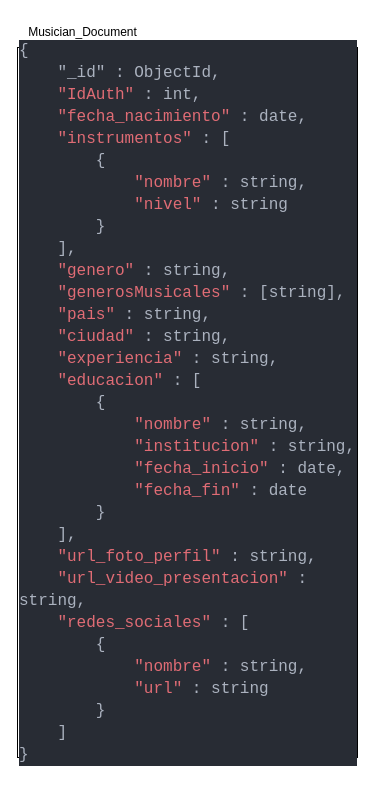
moises-ph/Nodens-documentacion keeps this draw.io diagram as Base de datos/Musician/Musicians.drawio. Above is the earlier version. Source tidied: cells renumbered, new cells numbered last; positions are measured from the earlier drawing's top-left corner, leaving out a move shared by most shapes. Both pictures are drawn from the tidied source at 100%, with x=0, y=0 at pixel (17, 17).
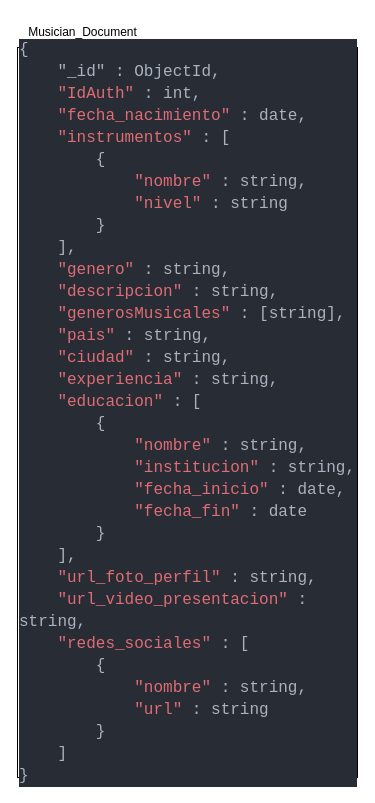
The same diagram, later.

The edit, as a diff of the source:
```diff
@@
 <mxGraphModel>
   <root>
     <mxCell id="0" />
     <mxCell id="1" parent="0" />
-    <mxCell id="2" value="&lt;div style=&quot;background-color: rgb(40, 44, 52); font-family: Consolas, &amp;quot;Courier New&amp;quot;, monospace; font-size: 16px; line-height: 22px;&quot;&gt;&lt;div style=&quot;color: rgb(171, 178, 191);&quot;&gt;{&lt;/div&gt;&lt;div style=&quot;color: rgb(171, 178, 191);&quot;&gt;&amp;nbsp; &amp;nbsp; &quot;_id&quot; : ObjectId,&lt;/div&gt;&lt;div style=&quot;color: rgb(171, 178, 191);&quot;&gt;&amp;nbsp; &amp;nbsp; &lt;span style=&quot;color: #e06c75;&quot;&gt;&quot;IdAuth&quot;&lt;/span&gt; : int,&lt;/div&gt;&lt;div style=&quot;color: rgb(171, 178, 191);&quot;&gt;&amp;nbsp; &amp;nbsp; &lt;span style=&quot;color: #e06c75;&quot;&gt;&quot;fecha_nacimiento&quot;&lt;/span&gt; : date,&lt;/div&gt;&lt;div style=&quot;color: rgb(171, 178, 191);&quot;&gt;&amp;nbsp; &amp;nbsp; &lt;span style=&quot;color: #e06c75;&quot;&gt;&quot;instrumentos&quot;&lt;/span&gt; : [&lt;/div&gt;&lt;div style=&quot;color: rgb(171, 178, 191);&quot;&gt;&amp;nbsp; &amp;nbsp; &amp;nbsp; &amp;nbsp; {&lt;/div&gt;&lt;div style=&quot;color: rgb(171, 178, 191);&quot;&gt;&amp;nbsp; &amp;nbsp; &amp;nbsp; &amp;nbsp; &amp;nbsp; &amp;nbsp; &lt;span style=&quot;color: #e06c75;&quot;&gt;&quot;nombre&quot;&lt;/span&gt; : string,&lt;/div&gt;&lt;div style=&quot;color: rgb(171, 178, 191);&quot;&gt;&amp;nbsp; &amp;nbsp; &amp;nbsp; &amp;nbsp; &amp;nbsp; &amp;nbsp; &lt;span style=&quot;color: #e06c75;&quot;&gt;&quot;nivel&quot;&lt;/span&gt; : string&lt;/div&gt;&lt;div style=&quot;color: rgb(171, 178, 191);&quot;&gt;&amp;nbsp; &amp;nbsp; &amp;nbsp; &amp;nbsp; }&lt;/div&gt;&lt;div style=&quot;color: rgb(171, 178, 191);&quot;&gt;&amp;nbsp; &amp;nbsp; ],&lt;/div&gt;&lt;div style=&quot;&quot;&gt;&lt;font color=&quot;#abb2bf&quot;&gt;&amp;nbsp; &amp;nbsp;&amp;nbsp;&lt;/font&gt;&lt;font color=&quot;#e06c75&quot;&gt;&quot;genero&quot;&lt;/font&gt;&lt;font color=&quot;#abb2bf&quot;&gt;&amp;nbsp;: string,&lt;/font&gt;&lt;br&gt;&lt;/div&gt;&lt;div style=&quot;color: rgb(171, 178, 191);&quot;&gt;&amp;nbsp; &amp;nbsp; &lt;span style=&quot;color: #e06c75;&quot;&gt;&quot;generosMusicales&quot;&lt;/span&gt; : [string],&lt;/div&gt;&lt;div style=&quot;color: rgb(171, 178, 191);&quot;&gt;&amp;nbsp; &amp;nbsp; &lt;span style=&quot;color: #e06c75;&quot;&gt;&quot;pais&quot;&lt;/span&gt; : string,&lt;/div&gt;&lt;div style=&quot;color: rgb(171, 178, 191);&quot;&gt;&amp;nbsp; &amp;nbsp; &lt;span style=&quot;color: #e06c75;&quot;&gt;&quot;ciudad&quot;&lt;/span&gt; : string,&lt;/div&gt;&lt;div style=&quot;color: rgb(171, 178, 191);&quot;&gt;&amp;nbsp; &amp;nbsp; &lt;span style=&quot;color: #e06c75;&quot;&gt;&quot;experiencia&quot;&lt;/span&gt; : string,&lt;/div&gt;&lt;div style=&quot;color: rgb(171, 178, 191);&quot;&gt;&amp;nbsp; &amp;nbsp; &lt;span style=&quot;color: #e06c75;&quot;&gt;&quot;educacion&quot;&lt;/span&gt; : [&lt;/div&gt;&lt;div style=&quot;color: rgb(171, 178, 191);&quot;&gt;&amp;nbsp; &amp;nbsp; &amp;nbsp; &amp;nbsp; {&lt;/div&gt;&lt;div style=&quot;color: rgb(171, 178, 191);&quot;&gt;&amp;nbsp; &amp;nbsp; &amp;nbsp; &amp;nbsp; &amp;nbsp; &amp;nbsp; &lt;span style=&quot;color: #e06c75;&quot;&gt;&quot;nombre&quot;&lt;/span&gt; : string,&lt;/div&gt;&lt;div style=&quot;color: rgb(171, 178, 191);&quot;&gt;&amp;nbsp; &amp;nbsp; &amp;nbsp; &amp;nbsp; &amp;nbsp; &amp;nbsp; &lt;span style=&quot;color: #e06c75;&quot;&gt;&quot;institucion&quot;&lt;/span&gt; : string,&lt;/div&gt;&lt;div style=&quot;color: rgb(171, 178, 191);&quot;&gt;&amp;nbsp; &amp;nbsp; &amp;nbsp; &amp;nbsp; &amp;nbsp; &amp;nbsp; &lt;span style=&quot;color: #e06c75;&quot;&gt;&quot;fecha_inicio&quot;&lt;/span&gt; : date,&lt;/div&gt;&lt;div style=&quot;color: rgb(171, 178, 191);&quot;&gt;&amp;nbsp; &amp;nbsp; &amp;nbsp; &amp;nbsp; &amp;nbsp; &amp;nbsp; &lt;span style=&quot;color: #e06c75;&quot;&gt;&quot;fecha_fin&quot;&lt;/span&gt; : date&lt;/div&gt;&lt;div style=&quot;color: rgb(171, 178, 191);&quot;&gt;&amp;nbsp; &amp;nbsp; &amp;nbsp; &amp;nbsp; }&lt;/div&gt;&lt;div style=&quot;color: rgb(171, 178, 191);&quot;&gt;&amp;nbsp; &amp;nbsp; ],&lt;/div&gt;&lt;div style=&quot;color: rgb(171, 178, 191);&quot;&gt;&amp;nbsp; &amp;nbsp; &lt;span style=&quot;color: #e06c75;&quot;&gt;&quot;url_foto_perfil&quot;&lt;/span&gt; : string,&lt;/div&gt;&lt;div style=&quot;color: rgb(171, 178, 191);&quot;&gt;&amp;nbsp; &amp;nbsp; &lt;span style=&quot;color: #e06c75;&quot;&gt;&quot;url_video_presentacion&quot;&lt;/span&gt; : string,&lt;/div&gt;&lt;div style=&quot;color: rgb(171, 178, 191);&quot;&gt;&amp;nbsp; &amp;nbsp; &lt;span style=&quot;color: #e06c75;&quot;&gt;&quot;redes_sociales&quot;&lt;/span&gt; : [&lt;/div&gt;&lt;div style=&quot;color: rgb(171, 178, 191);&quot;&gt;&amp;nbsp; &amp;nbsp; &amp;nbsp; &amp;nbsp; {&lt;/div&gt;&lt;div style=&quot;color: rgb(171, 178, 191);&quot;&gt;&amp;nbsp; &amp;nbsp; &amp;nbsp; &amp;nbsp; &amp;nbsp; &amp;nbsp; &lt;span style=&quot;color: #e06c75;&quot;&gt;&quot;nombre&quot;&lt;/span&gt; : string,&lt;/div&gt;&lt;div style=&quot;color: rgb(171, 178, 191);&quot;&gt;&amp;nbsp; &amp;nbsp; &amp;nbsp; &amp;nbsp; &amp;nbsp; &amp;nbsp; &lt;span style=&quot;color: #e06c75;&quot;&gt;&quot;url&quot;&lt;/span&gt; : string&lt;/div&gt;&lt;div style=&quot;color: rgb(171, 178, 191);&quot;&gt;&amp;nbsp; &amp;nbsp; &amp;nbsp; &amp;nbsp; }&lt;/div&gt;&lt;div style=&quot;color: rgb(171, 178, 191);&quot;&gt;&amp;nbsp; &amp;nbsp; ]&lt;/div&gt;&lt;div style=&quot;color: rgb(171, 178, 191);&quot;&gt;}&lt;/div&gt;&lt;/div&gt;" style="rounded=0;whiteSpace=wrap;html=1;align=left;" parent="1" vertex="1">
-      <mxGeometry y="30" width="340" height="710" as="geometry" />
+    <mxCell id="2" value="&lt;div style=&quot;background-color: rgb(40, 44, 52); font-family: Consolas, &amp;quot;Courier New&amp;quot;, monospace; font-size: 16px; line-height: 22px;&quot;&gt;&lt;div style=&quot;color: rgb(171, 178, 191);&quot;&gt;{&lt;/div&gt;&lt;div style=&quot;color: rgb(171, 178, 191);&quot;&gt;&amp;nbsp; &amp;nbsp; &quot;_id&quot; : ObjectId,&lt;/div&gt;&lt;div style=&quot;color: rgb(171, 178, 191);&quot;&gt;&amp;nbsp; &amp;nbsp; &lt;span style=&quot;color: #e06c75;&quot;&gt;&quot;IdAuth&quot;&lt;/span&gt; : int,&lt;/div&gt;&lt;div style=&quot;color: rgb(171, 178, 191);&quot;&gt;&amp;nbsp; &amp;nbsp; &lt;span style=&quot;color: #e06c75;&quot;&gt;&quot;fecha_nacimiento&quot;&lt;/span&gt; : date,&lt;/div&gt;&lt;div style=&quot;color: rgb(171, 178, 191);&quot;&gt;&amp;nbsp; &amp;nbsp; &lt;span style=&quot;color: #e06c75;&quot;&gt;&quot;instrumentos&quot;&lt;/span&gt; : [&lt;/div&gt;&lt;div style=&quot;color: rgb(171, 178, 191);&quot;&gt;&amp;nbsp; &amp;nbsp; &amp;nbsp; &amp;nbsp; {&lt;/div&gt;&lt;div style=&quot;color: rgb(171, 178, 191);&quot;&gt;&amp;nbsp; &amp;nbsp; &amp;nbsp; &amp;nbsp; &amp;nbsp; &amp;nbsp; &lt;span style=&quot;color: #e06c75;&quot;&gt;&quot;nombre&quot;&lt;/span&gt; : string,&lt;/div&gt;&lt;div style=&quot;color: rgb(171, 178, 191);&quot;&gt;&amp;nbsp; &amp;nbsp; &amp;nbsp; &amp;nbsp; &amp;nbsp; &amp;nbsp; &lt;span style=&quot;color: #e06c75;&quot;&gt;&quot;nivel&quot;&lt;/span&gt; : string&lt;/div&gt;&lt;div style=&quot;color: rgb(171, 178, 191);&quot;&gt;&amp;nbsp; &amp;nbsp; &amp;nbsp; &amp;nbsp; }&lt;/div&gt;&lt;div style=&quot;color: rgb(171, 178, 191);&quot;&gt;&amp;nbsp; &amp;nbsp; ],&lt;/div&gt;&lt;div style=&quot;&quot;&gt;&lt;font color=&quot;#abb2bf&quot;&gt;&amp;nbsp; &amp;nbsp;&amp;nbsp;&lt;/font&gt;&lt;font color=&quot;#e06c75&quot;&gt;&quot;genero&quot;&lt;/font&gt;&lt;font color=&quot;#abb2bf&quot;&gt;&amp;nbsp;: string,&lt;/font&gt;&lt;br&gt;&lt;/div&gt;&lt;div style=&quot;&quot;&gt;&lt;font color=&quot;#abb2bf&quot;&gt;&amp;nbsp; &amp;nbsp;&amp;nbsp;&lt;/font&gt;&lt;font color=&quot;#e06c75&quot;&gt;&quot;descripcion&quot;&lt;/font&gt;&lt;font color=&quot;#abb2bf&quot;&gt;&amp;nbsp;: string,&lt;/font&gt;&lt;font color=&quot;#abb2bf&quot;&gt;&lt;br&gt;&lt;/font&gt;&lt;/div&gt;&lt;div style=&quot;color: rgb(171, 178, 191);&quot;&gt;&amp;nbsp; &amp;nbsp; &lt;span style=&quot;color: #e06c75;&quot;&gt;&quot;generosMusicales&quot;&lt;/span&gt; : [string],&lt;/div&gt;&lt;div style=&quot;color: rgb(171, 178, 191);&quot;&gt;&amp;nbsp; &amp;nbsp; &lt;span style=&quot;color: #e06c75;&quot;&gt;&quot;pais&quot;&lt;/span&gt; : string,&lt;/div&gt;&lt;div style=&quot;color: rgb(171, 178, 191);&quot;&gt;&amp;nbsp; &amp;nbsp; &lt;span style=&quot;color: #e06c75;&quot;&gt;&quot;ciudad&quot;&lt;/span&gt; : string,&lt;/div&gt;&lt;div style=&quot;color: rgb(171, 178, 191);&quot;&gt;&amp;nbsp; &amp;nbsp; &lt;span style=&quot;color: #e06c75;&quot;&gt;&quot;experiencia&quot;&lt;/span&gt; : string,&lt;/div&gt;&lt;div style=&quot;color: rgb(171, 178, 191);&quot;&gt;&amp;nbsp; &amp;nbsp; &lt;span style=&quot;color: #e06c75;&quot;&gt;&quot;educacion&quot;&lt;/span&gt; : [&lt;/div&gt;&lt;div style=&quot;color: rgb(171, 178, 191);&quot;&gt;&amp;nbsp; &amp;nbsp; &amp;nbsp; &amp;nbsp; {&lt;/div&gt;&lt;div style=&quot;color: rgb(171, 178, 191);&quot;&gt;&amp;nbsp; &amp;nbsp; &amp;nbsp; &amp;nbsp; &amp;nbsp; &amp;nbsp; &lt;span style=&quot;color: #e06c75;&quot;&gt;&quot;nombre&quot;&lt;/span&gt; : string,&lt;/div&gt;&lt;div style=&quot;color: rgb(171, 178, 191);&quot;&gt;&amp;nbsp; &amp;nbsp; &amp;nbsp; &amp;nbsp; &amp;nbsp; &amp;nbsp; &lt;span style=&quot;color: #e06c75;&quot;&gt;&quot;institucion&quot;&lt;/span&gt; : string,&lt;/div&gt;&lt;div style=&quot;color: rgb(171, 178, 191);&quot;&gt;&amp;nbsp; &amp;nbsp; &amp;nbsp; &amp;nbsp; &amp;nbsp; &amp;nbsp; &lt;span style=&quot;color: #e06c75;&quot;&gt;&quot;fecha_inicio&quot;&lt;/span&gt; : date,&lt;/div&gt;&lt;div style=&quot;color: rgb(171, 178, 191);&quot;&gt;&amp;nbsp; &amp;nbsp; &amp;nbsp; &amp;nbsp; &amp;nbsp; &amp;nbsp; &lt;span style=&quot;color: #e06c75;&quot;&gt;&quot;fecha_fin&quot;&lt;/span&gt; : date&lt;/div&gt;&lt;div style=&quot;color: rgb(171, 178, 191);&quot;&gt;&amp;nbsp; &amp;nbsp; &amp;nbsp; &amp;nbsp; }&lt;/div&gt;&lt;div style=&quot;color: rgb(171, 178, 191);&quot;&gt;&amp;nbsp; &amp;nbsp; ],&lt;/div&gt;&lt;div style=&quot;color: rgb(171, 178, 191);&quot;&gt;&amp;nbsp; &amp;nbsp; &lt;span style=&quot;color: #e06c75;&quot;&gt;&quot;url_foto_perfil&quot;&lt;/span&gt; : string,&lt;/div&gt;&lt;div style=&quot;color: rgb(171, 178, 191);&quot;&gt;&amp;nbsp; &amp;nbsp; &lt;span style=&quot;color: #e06c75;&quot;&gt;&quot;url_video_presentacion&quot;&lt;/span&gt; : string,&lt;/div&gt;&lt;div style=&quot;color: rgb(171, 178, 191);&quot;&gt;&amp;nbsp; &amp;nbsp; &lt;span style=&quot;color: #e06c75;&quot;&gt;&quot;redes_sociales&quot;&lt;/span&gt; : [&lt;/div&gt;&lt;div style=&quot;color: rgb(171, 178, 191);&quot;&gt;&amp;nbsp; &amp;nbsp; &amp;nbsp; &amp;nbsp; {&lt;/div&gt;&lt;div style=&quot;color: rgb(171, 178, 191);&quot;&gt;&amp;nbsp; &amp;nbsp; &amp;nbsp; &amp;nbsp; &amp;nbsp; &amp;nbsp; &lt;span style=&quot;color: #e06c75;&quot;&gt;&quot;nombre&quot;&lt;/span&gt; : string,&lt;/div&gt;&lt;div style=&quot;color: rgb(171, 178, 191);&quot;&gt;&amp;nbsp; &amp;nbsp; &amp;nbsp; &amp;nbsp; &amp;nbsp; &amp;nbsp; &lt;span style=&quot;color: #e06c75;&quot;&gt;&quot;url&quot;&lt;/span&gt; : string&lt;/div&gt;&lt;div style=&quot;color: rgb(171, 178, 191);&quot;&gt;&amp;nbsp; &amp;nbsp; &amp;nbsp; &amp;nbsp; }&lt;/div&gt;&lt;div style=&quot;color: rgb(171, 178, 191);&quot;&gt;&amp;nbsp; &amp;nbsp; ]&lt;/div&gt;&lt;div style=&quot;color: rgb(171, 178, 191);&quot;&gt;}&lt;/div&gt;&lt;/div&gt;" style="rounded=0;whiteSpace=wrap;html=1;align=left;" parent="1" vertex="1">
+      <mxGeometry y="30" width="340" height="730" as="geometry" />
     </mxCell>
     <mxCell id="3" value="Musician_Document" style="text;html=1;align=center;verticalAlign=middle;strokeColor=none;fillColor=none;" parent="1" vertex="1">
       <mxGeometry width="130" height="30" as="geometry" />
     </mxCell>
   </root>
 </mxGraphModel>
```
